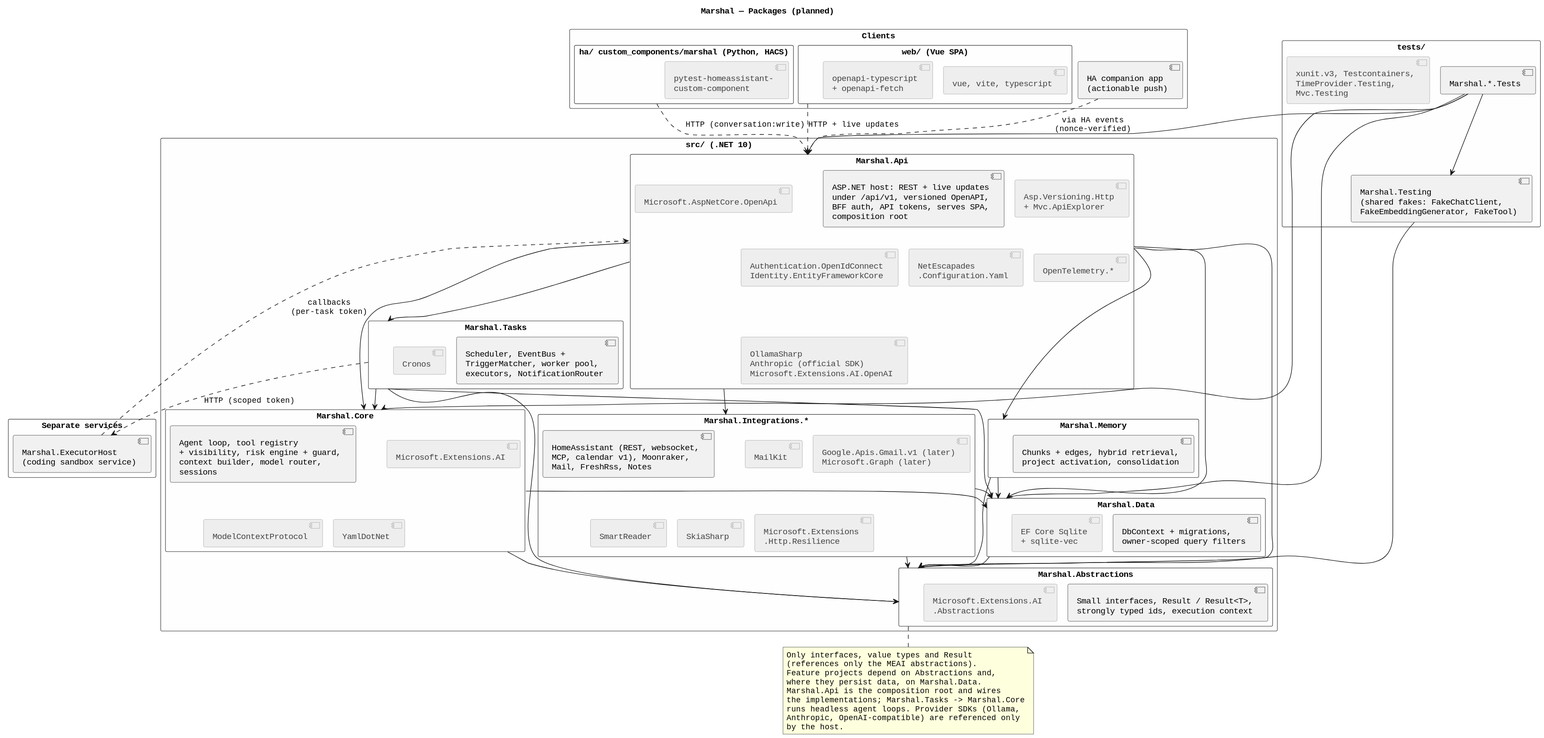
Earlier version of the PlantUML export docs/diagrams/packages.svg (lGruenzweilHTL/marshal).
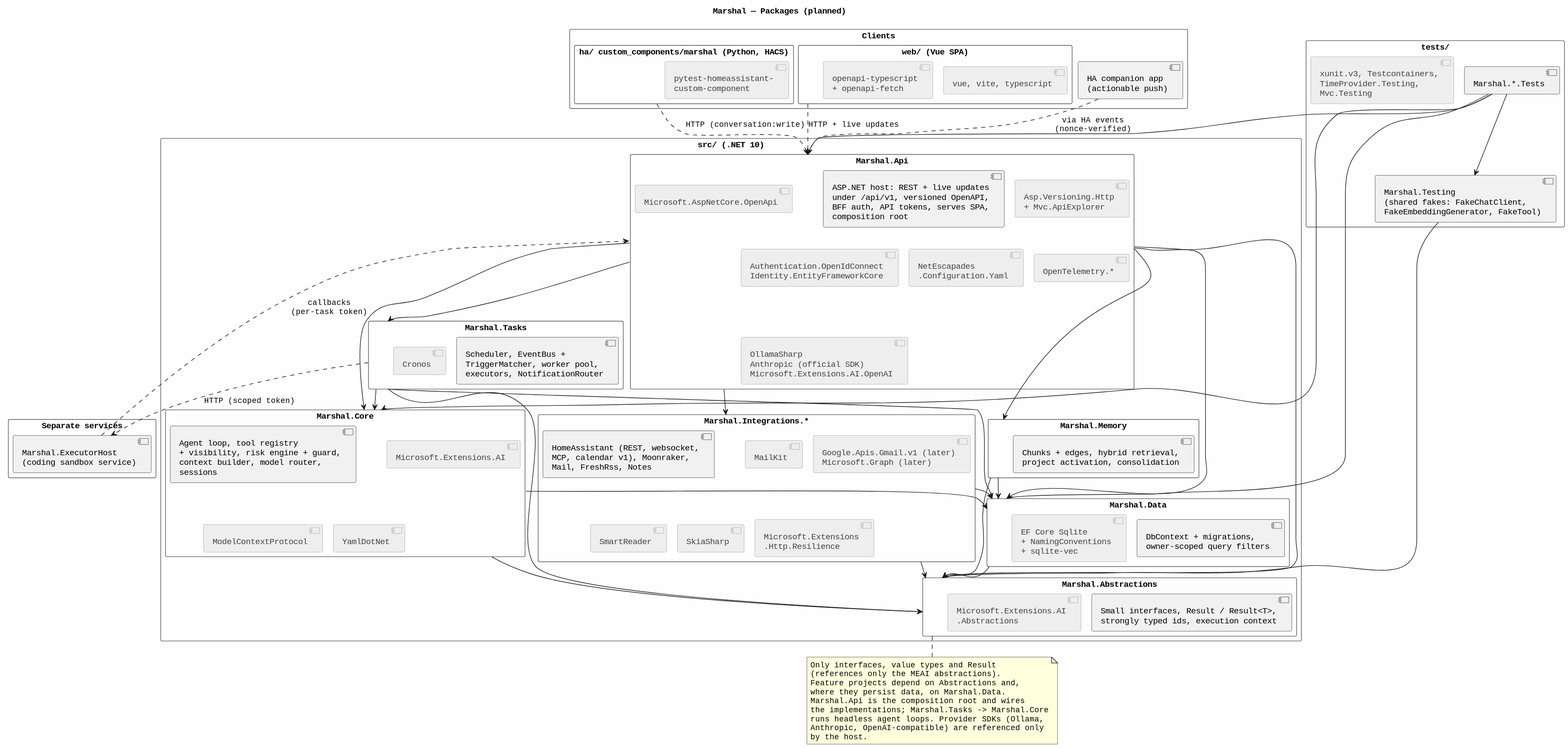
After the change.

What changed in the source:
```diff
@@ -76,7 +76,7 @@
 
   package "Marshal.Data" as Data {
     component "DbContext + migrations,\nowner-scoped query filters" as DataParts
-    component "EF Core Sqlite\n+ sqlite-vec" <<nuget>>
+    component "EF Core Sqlite\n+ NamingConventions\n+ sqlite-vec" <<nuget>>
   }
 
   package "Marshal.Abstractions" as Abstractions {
```
